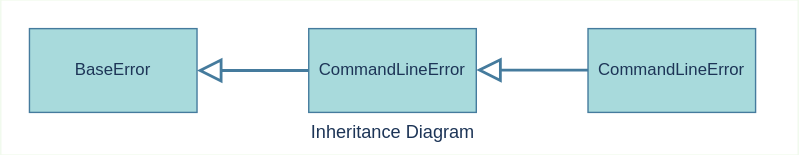
This is doc/saltc/__assets__/errors/UnspecifiedMainError/inheritance.drawio.svg from EnderASz/Salt, a draw.io export, as it was before one commit. Source tidied: cells renumbered, new cells last; positions are measured from the earlier drawing's top-left corner, leaving out a move shared by most shapes. The source it was exported from:
```xml
<mxGraphModel background="#F1FAEE">
  <root>
    <mxCell id="0" />
    <mxCell id="1" parent="0" />
    <mxCell id="2" style="whiteSpace=wrap;html=1;rounded=0;sketch=0;fontColor=#1D3557;strokeColor=none;fillColor=#FFFFFF;" parent="1" vertex="1">
      <mxGeometry width="570" height="110" as="geometry" />
    </mxCell>
    <mxCell id="3" value="BaseError" style="whiteSpace=wrap;html=1;rounded=0;sketch=0;strokeColor=#457B9D;fillColor=#A8DADC;fontColor=#1D3557;" parent="1" vertex="1">
      <mxGeometry x="20" y="20" width="120" height="60" as="geometry" />
    </mxCell>
    <mxCell id="4" style="edgeStyle=orthogonalEdgeStyle;curved=0;rounded=1;sketch=0;jettySize=auto;html=1;exitX=0;exitY=0.5;exitDx=0;exitDy=0;entryX=1;entryY=0.5;entryDx=0;entryDy=0;fillColor=#A8DADC;fontColor=#1D3557;endArrow=block;endFill=0;startArrow=none;startFill=0;strokeWidth=2;strokeColor=#457B9D;targetPerimeterSpacing=0;endSize=13;startSize=7;sourcePerimeterSpacing=1;" parent="1" edge="1" source="5" target="3">
      <mxGeometry relative="1" as="geometry" />
    </mxCell>
    <mxCell id="5" value="CommandLineError" style="whiteSpace=wrap;html=1;rounded=0;sketch=0;strokeColor=#457B9D;fillColor=#A8DADC;fontColor=#1D3557;" parent="1" vertex="1">
      <mxGeometry x="220" y="20" width="120" height="60" as="geometry" />
    </mxCell>
    <mxCell id="6" value="Inheritance Diagram" style="text;html=1;align=center;verticalAlign=middle;fillColor=none;strokeColor=none;rounded=0;sketch=0;fontColor=#1D3557;strokeWidth=1;fontSize=13;" parent="1" vertex="1">
      <mxGeometry x="215" y="84" width="130" height="20" as="geometry" />
    </mxCell>
    <mxCell id="7" value="CommandLineError" style="whiteSpace=wrap;html=1;rounded=0;sketch=0;strokeColor=#457B9D;fillColor=#A8DADC;fontColor=#1D3557;" parent="1" vertex="1">
      <mxGeometry x="420" y="20" width="120" height="60" as="geometry" />
    </mxCell>
    <mxCell id="8" style="edgeStyle=orthogonalEdgeStyle;curved=0;rounded=1;sketch=0;orthogonalLoop=1;jettySize=auto;html=1;exitX=0;exitY=0.5;exitDx=0;exitDy=0;entryX=1;entryY=0.5;entryDx=0;entryDy=0;fillColor=#A8DADC;fontColor=#1D3557;endArrow=block;endFill=0;startArrow=none;startFill=0;strokeWidth=2;strokeColor=#457B9D;targetPerimeterSpacing=0;endSize=13;startSize=7;sourcePerimeterSpacing=1;" parent="1" edge="1">
      <mxGeometry relative="1" as="geometry">
        <mxPoint x="420" y="49.7" as="sourcePoint" />
        <mxPoint x="340" y="49.7" as="targetPoint" />
      </mxGeometry>
    </mxCell>
  </root>
</mxGraphModel>
```
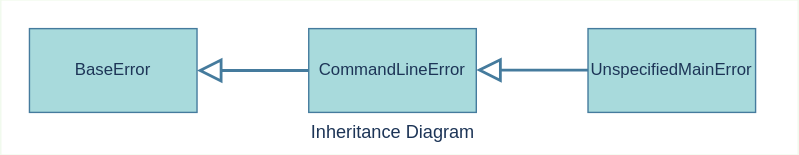
Later version of the same file.

The edit, as a diff of the source:
```diff
@@ -17,7 +17,7 @@
     <mxCell id="6" value="Inheritance Diagram" style="text;html=1;align=center;verticalAlign=middle;fillColor=none;strokeColor=none;rounded=0;sketch=0;fontColor=#1D3557;strokeWidth=1;fontSize=13;" parent="1" vertex="1">
       <mxGeometry x="215" y="84" width="130" height="20" as="geometry" />
     </mxCell>
-    <mxCell id="7" value="CommandLineError" style="whiteSpace=wrap;html=1;rounded=0;sketch=0;strokeColor=#457B9D;fillColor=#A8DADC;fontColor=#1D3557;" parent="1" vertex="1">
+    <mxCell id="7" value="UnspecifiedMainError" style="whiteSpace=wrap;html=1;rounded=0;sketch=0;strokeColor=#457B9D;fillColor=#A8DADC;fontColor=#1D3557;" parent="1" vertex="1">
       <mxGeometry x="420" y="20" width="120" height="60" as="geometry" />
     </mxCell>
     <mxCell id="8" style="edgeStyle=orthogonalEdgeStyle;curved=0;rounded=1;sketch=0;orthogonalLoop=1;jettySize=auto;html=1;exitX=0;exitY=0.5;exitDx=0;exitDy=0;entryX=1;entryY=0.5;entryDx=0;entryDy=0;fillColor=#A8DADC;fontColor=#1D3557;endArrow=block;endFill=0;startArrow=none;startFill=0;strokeWidth=2;strokeColor=#457B9D;targetPerimeterSpacing=0;endSize=13;startSize=7;sourcePerimeterSpacing=1;" parent="1" edge="1">
```
